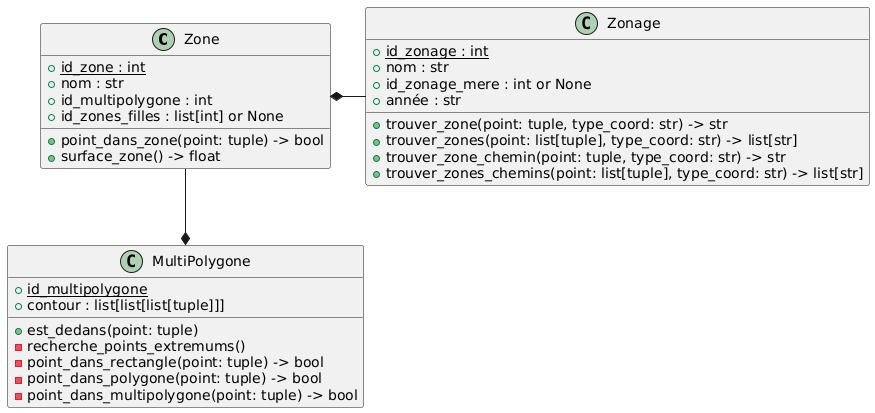
Earlier version of the PlantUML export doc/diagrammes/diagramme_classes.png (antoni-guardia/ENSAI_ProjetInfo2A).
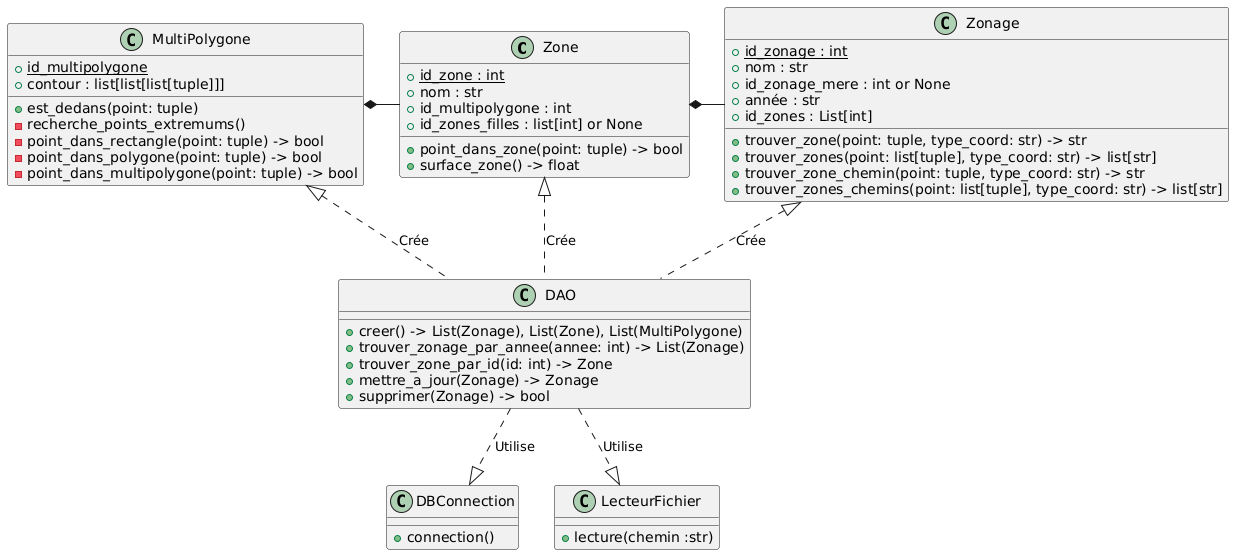
Above is the later version.

Change to the diagram source:
```diff
@@ -13,6 +13,7 @@
  + nom : str
  + id_zonage_mere : int or None
  + année : str
+ + id_zones : List[int]
  + trouver_zone(point: tuple, type_coord: str) -> str
  + trouver_zones(point: list[tuple], type_coord: str) -> list[str]
  + trouver_zone_chemin(point: tuple, type_coord: str) -> str
@@ -29,9 +30,31 @@
  - point_dans_multipolygone(point: tuple) -> bool
  }
 
+class DAO{
+  + creer() -> List(Zonage), List(Zone), List(MultiPolygone)
+  + trouver_zonage_par_annee(annee: int) -> List(Zonage)
+  + trouver_zone_par_id(id: int) -> Zone
+  + mettre_a_jour(Zonage) -> Zonage
+  + supprimer(Zonage) -> bool
+}
 
 
 
-Zone -down-* MultiPolygone
-Zone *- Zonage
+class DBConnection{
++ connection()
+}
+
+class LecteurFichier{
++ lecture(chemin :str)
+}
+
+
+
+Zone -left-* MultiPolygone
+Zone *-right- Zonage
+Zone <|.. DAO : Crée
+Zonage <|.. DAO : Crée
+MultiPolygone <|.. DAO : Crée
+DBConnection <|.up. DAO : Utilise
+LecteurFichier <|.up. DAO : Utilise
 @enduml
```
